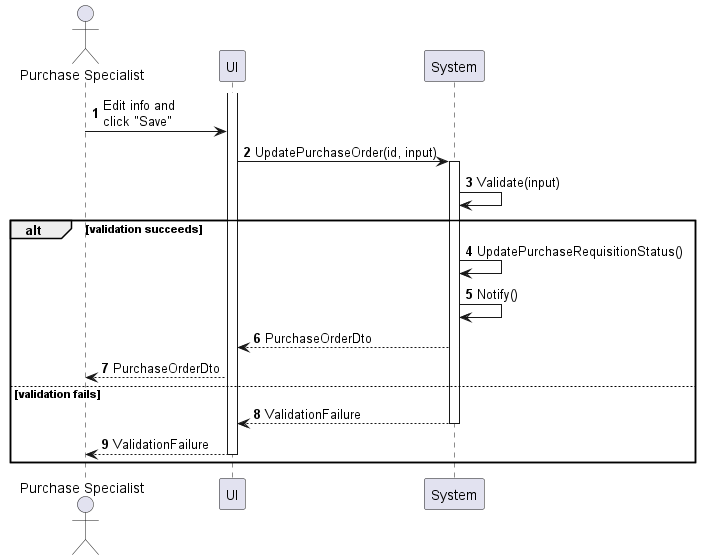
Before: sequences/purchase-order-update.png, a diagram exported from PlantUML (phihungha/scmss-reqs).
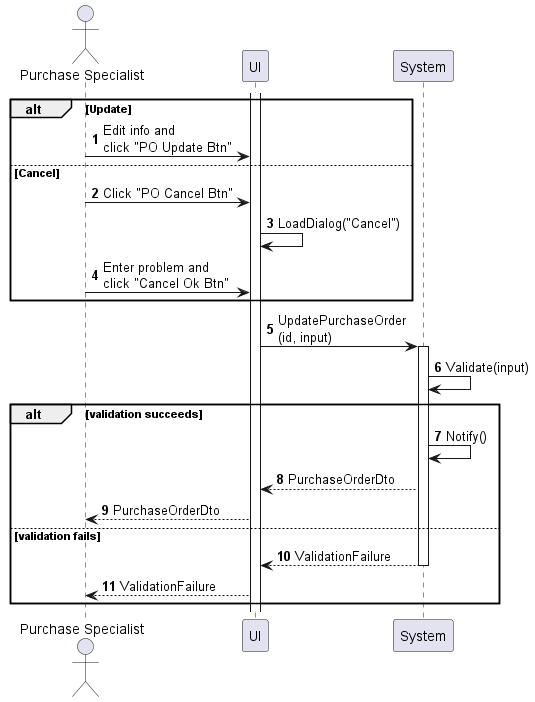
The same file after the commit.

What changed in the source:
```diff
@@ -6,19 +6,25 @@
 participant System as b
 
 activate f
-a -> f : Edit info and\nclick "Save"
-f -> b : UpdatePurchaseOrder(id, input)
+
+alt Update
+    a -> f : Edit info and\nclick "PO Update Btn"
+else Cancel
+    a -> f : Click "PO Cancel Btn"
+    f -> f : LoadDialog("Cancel")
+    a -> f : Enter problem and\nclick "Cancel Ok Btn"
+end
+
+f -> b : UpdatePurchaseOrder\n(id, input)
 activate b
 b -> b : Validate(input)
 
 alt validation succeeds
-    b -> b : UpdatePurchaseRequisitionStatus()
     b -> b : Notify()
     b --> f : PurchaseOrderDto
     f --> a : PurchaseOrderDto
 else validation fails
     return ValidationFailure
     f --> a : ValidationFailure
-    deactivate f
 end
 @enduml
```
